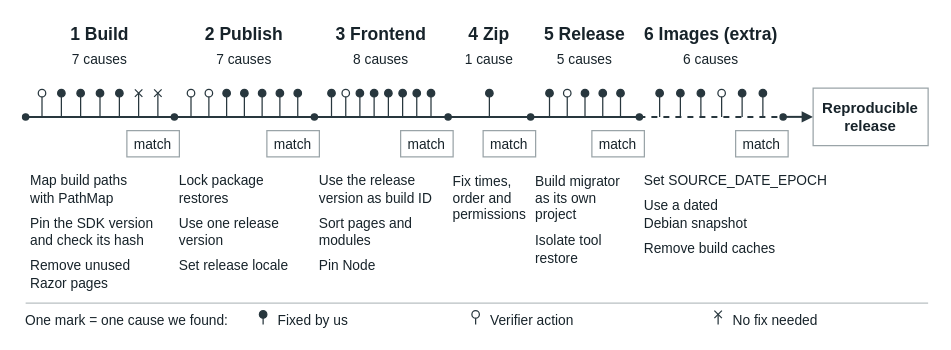
This is 1-ws-pems/figures/rq1-journey.drawio from leosakharoff/dotnet-rebuild-experiments, a draw.io file, before an edit. Source tidied: cells renumbered, new cells numbered last; positions are measured from the earlier drawing's top-left corner, leaving out a move shared by most shapes. Both pictures are drawn from the tidied source at 125%, with x=0, y=0 at pixel (22, 21).
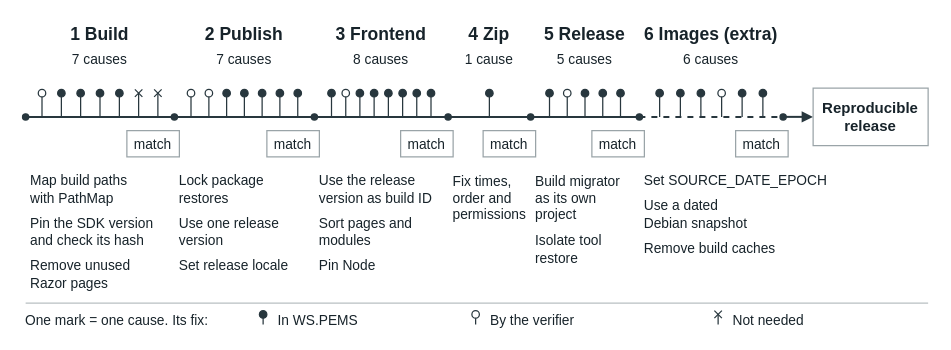
After the change.

Commit message (it also covers changes not shown here):
RQ1 findings: a Fix column with three values (In WS.PEMS, By the verifier, Not needed) instead of four outcomes; the cell keeps whether code and settings or build scripts changed

What changed in the source:
```diff
@@
-    <mxCell id="123" value="One mark = one cause we found:" style="html=1;whiteSpace=nowrap;align=left;verticalAlign=middle;fontFamily=Helvetica;fontColor=#17232a;fontSize=11;fillColor=none;strokeColor=none;spacing=0;" parent="1" vertex="1">
+    <mxCell id="123" value="One mark = one cause. Its fix:" style="html=1;whiteSpace=nowrap;align=left;verticalAlign=middle;fontFamily=Helvetica;fontColor=#17232a;fontSize=11;fillColor=none;strokeColor=none;spacing=0;" parent="1" vertex="1">
       <mxGeometry x="2" y="231" width="180" height="15" as="geometry" />
     </mxCell>
-    <mxCell id="124" value="Fixed by us" style="html=1;whiteSpace=wrap;align=left;verticalAlign=middle;fontFamily=Helvetica;fontColor=#17232a;fontSize=11;fillColor=none;strokeColor=none;spacing=0;" parent="1" vertex="1">
+    <mxCell id="124" value="In WS.PEMS" style="html=1;whiteSpace=wrap;align=left;verticalAlign=middle;fontFamily=Helvetica;fontColor=#17232a;fontSize=11;fillColor=none;strokeColor=none;spacing=0;" parent="1" vertex="1">
       <mxGeometry x="204" y="231" width="140" height="15" as="geometry" />
     </mxCell>
@@
-    <mxCell id="127" value="Verifier action" style="html=1;whiteSpace=wrap;align=left;verticalAlign=middle;fontFamily=Helvetica;fontColor=#17232a;fontSize=11;fillColor=none;strokeColor=none;spacing=0;" parent="1" vertex="1">
+    <mxCell id="127" value="By the verifier" style="html=1;whiteSpace=wrap;align=left;verticalAlign=middle;fontFamily=Helvetica;fontColor=#17232a;fontSize=11;fillColor=none;strokeColor=none;spacing=0;" parent="1" vertex="1">
       <mxGeometry x="374" y="231" width="140" height="15" as="geometry" />
     </mxCell>
@@
-    <mxCell id="131" value="No fix needed" style="html=1;whiteSpace=wrap;align=left;verticalAlign=middle;fontFamily=Helvetica;fontColor=#17232a;fontSize=11;fillColor=none;strokeColor=none;spacing=0;" parent="1" vertex="1">
+    <mxCell id="131" value="Not needed" style="html=1;whiteSpace=wrap;align=left;verticalAlign=middle;fontFamily=Helvetica;fontColor=#17232a;fontSize=11;fillColor=none;strokeColor=none;spacing=0;" parent="1" vertex="1">
       <mxGeometry x="568" y="231" width="140" height="15" as="geometry" />
     </mxCell>
```
